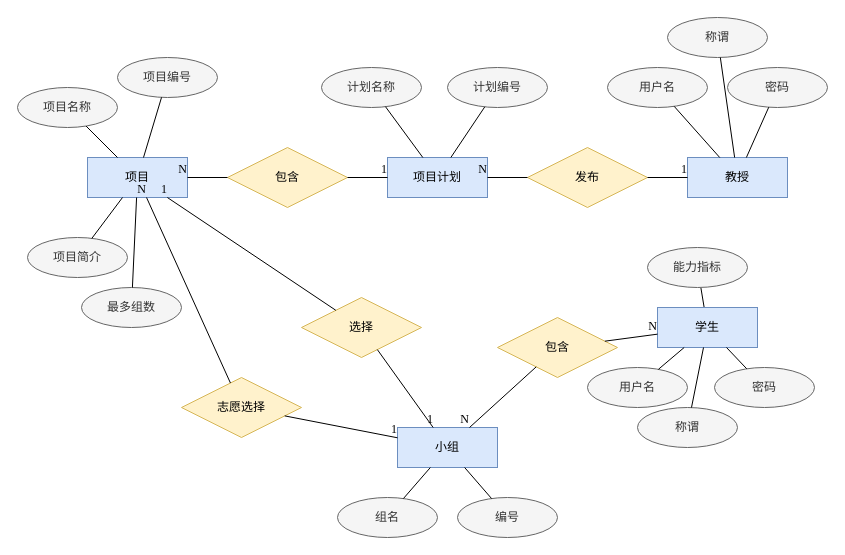
The draw.io diagram doc/assets/ER-diagram.drawio in Distributed-System-Course/Piggy-ProjG, before the edit. Source tidied: cells renumbered, new cells numbered last; positions are measured from the earlier drawing's top-left corner, leaving out a move shared by most shapes. Both pictures are drawn from the tidied source at 100%, with x=0, y=0 at pixel (17, 17).
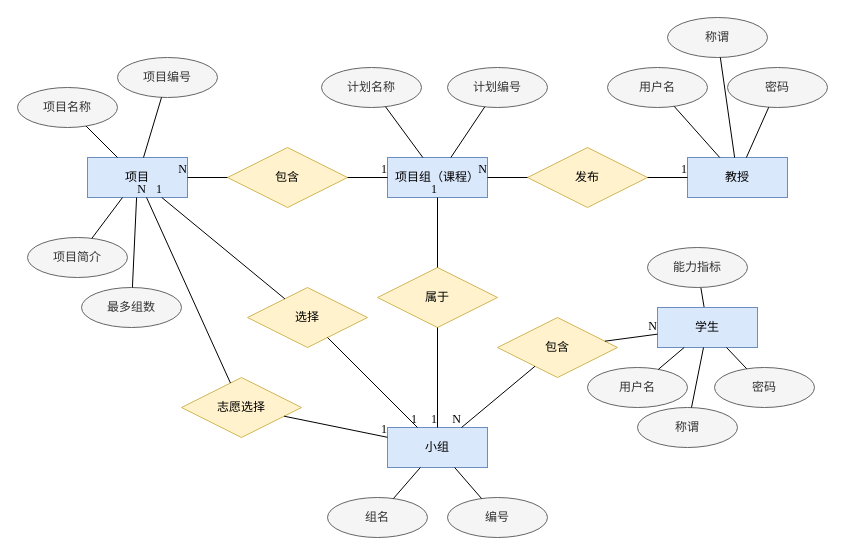
Above is the later version.

Commit message (it also covers changes not shown here):
fix(ER-diagram): missing relationship

Diff of the diagram source:
```diff
@@
-    <mxCell id="3" value="项目计划" style="whiteSpace=wrap;html=1;align=center;fontFamily=&quot;Times New Roman&quot;, SimSun, sans-serif;fillColor=#dae8fc;strokeColor=#6c8ebf;" parent="1" vertex="1">
+    <mxCell id="3" value="项目组（课程）" style="whiteSpace=wrap;html=1;align=center;fontFamily=&quot;Times New Roman&quot;, SimSun, sans-serif;fillColor=#dae8fc;strokeColor=#6c8ebf;" parent="1" vertex="1">
       <mxGeometry x="370" y="140" width="100" height="40" as="geometry" />
     </mxCell>
@@
     <mxCell id="34" value="选择" style="shape=rhombus;perimeter=rhombusPerimeter;whiteSpace=wrap;html=1;align=center;fontFamily=&quot;Times New Roman&quot;, SimSun, sans-serif;fillColor=#fff2cc;strokeColor=#d6b656;" parent="1" vertex="1">
-      <mxGeometry x="284" y="280" width="120" height="60" as="geometry" />
+      <mxGeometry x="230" y="270" width="120" height="60" as="geometry" />
     </mxCell>
     <mxCell id="35" value="小组" style="whiteSpace=wrap;html=1;align=center;fontFamily=&quot;Times New Roman&quot;, SimSun, sans-serif;fillColor=#dae8fc;strokeColor=#6c8ebf;" parent="1" vertex="1">
-      <mxGeometry x="380" y="410" width="100" height="40" as="geometry" />
+      <mxGeometry x="370" y="410" width="100" height="40" as="geometry" />
     </mxCell>
@@
     <mxCell id="58" value="组名" style="ellipse;whiteSpace=wrap;html=1;align=center;fontFamily=&quot;Times New Roman&quot;, SimSun, sans-serif;fillColor=#f5f5f5;strokeColor=#666666;fontColor=#333333;" parent="1" vertex="1">
-      <mxGeometry x="320" y="480" width="100" height="40" as="geometry" />
+      <mxGeometry x="310" y="480" width="100" height="40" as="geometry" />
     </mxCell>
     <mxCell id="59" value="编号" style="ellipse;whiteSpace=wrap;html=1;align=center;fontFamily=&quot;Times New Roman&quot;, SimSun, sans-serif;fillColor=#f5f5f5;strokeColor=#666666;fontColor=#333333;" parent="1" vertex="1">
-      <mxGeometry x="440" y="480" width="100" height="40" as="geometry" />
+      <mxGeometry x="430" y="480" width="100" height="40" as="geometry" />
     </mxCell>
@@
+    <mxCell id="62" value="属于" style="shape=rhombus;perimeter=rhombusPerimeter;whiteSpace=wrap;html=1;align=center;fontFamily=&quot;Times New Roman&quot;, SimSun, sans-serif;fillColor=#fff2cc;strokeColor=#d6b656;" parent="1" vertex="1">
+      <mxGeometry x="360" y="250" width="120" height="60" as="geometry" />
+    </mxCell>
+    <mxCell id="63" style="endArrow=none;html=1;rounded=0;fontFamily=&quot;Times New Roman&quot;, SimSun, sans-serif;" parent="1" edge="1" source="62" target="35">
+      <mxGeometry relative="1" as="geometry" />
+    </mxCell>
+    <mxCell id="64" value="1" style="html=1;align=right;verticalAlign=bottom;fontFamily=&quot;Times New Roman&quot;, SimSun, sans-serif;" parent="63" vertex="1">
+      <mxGeometry x="1" relative="1" as="geometry" />
+    </mxCell>
+    <mxCell id="65" style="endArrow=none;html=1;rounded=0;fontFamily=&quot;Times New Roman&quot;, SimSun, sans-serif;" parent="1" edge="1" source="62" target="3">
+      <mxGeometry relative="1" as="geometry" />
+    </mxCell>
+    <mxCell id="66" value="1" style="html=1;align=right;verticalAlign=bottom;fontFamily=&quot;Times New Roman&quot;, SimSun, sans-serif;" parent="65" vertex="1">
+      <mxGeometry x="1" relative="1" as="geometry" />
+    </mxCell>
```
